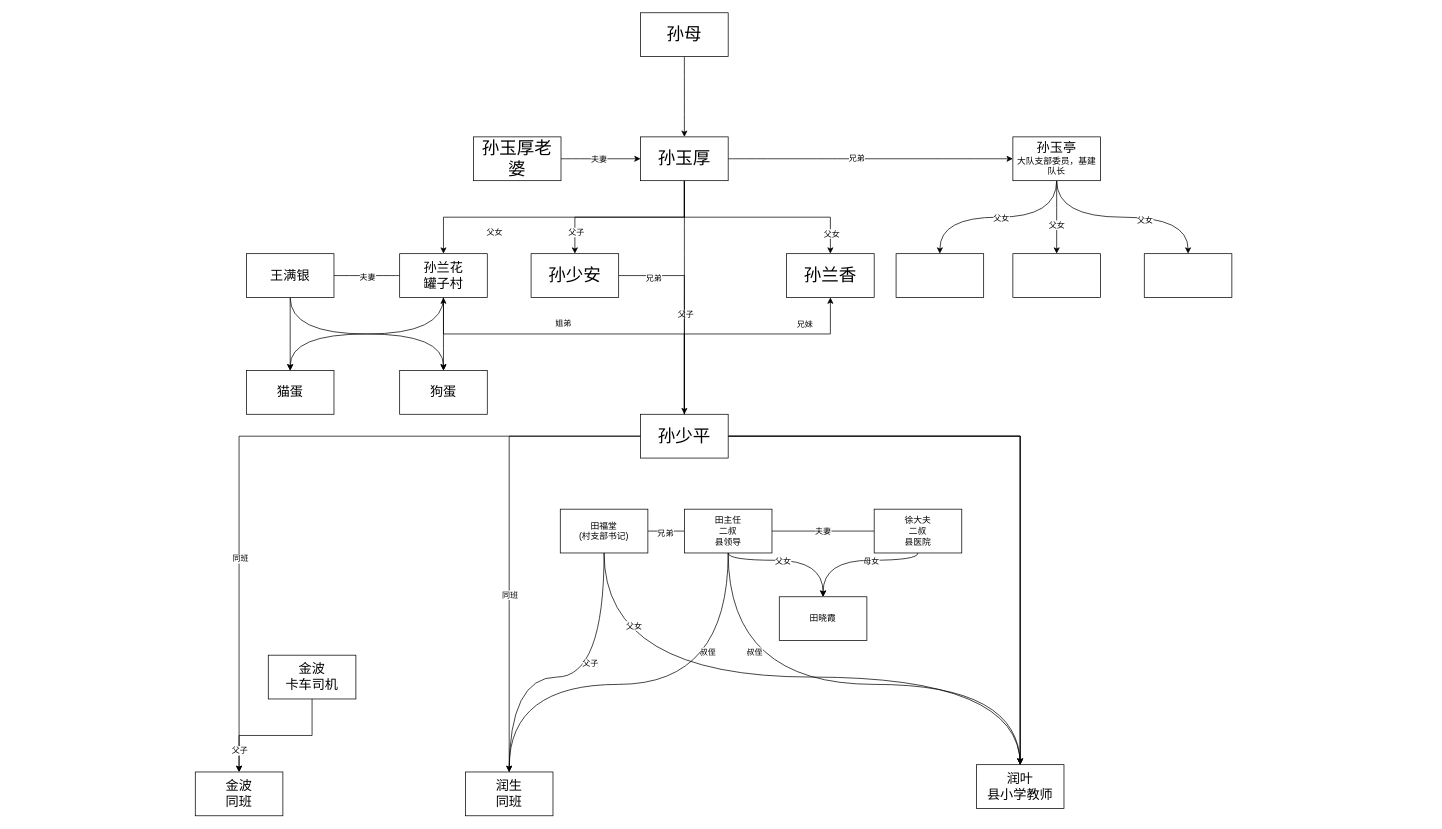
Before: book/平凡的世界.drawio in akon0076/draw-io, a draw.io diagram. Source tidied: cells renumbered, new cells numbered last; positions are measured from the earlier drawing's top-left corner, leaving out a move shared by most shapes. Both pictures are drawn from the tidied source at 73%, with x=0, y=0 at pixel (195, 12).
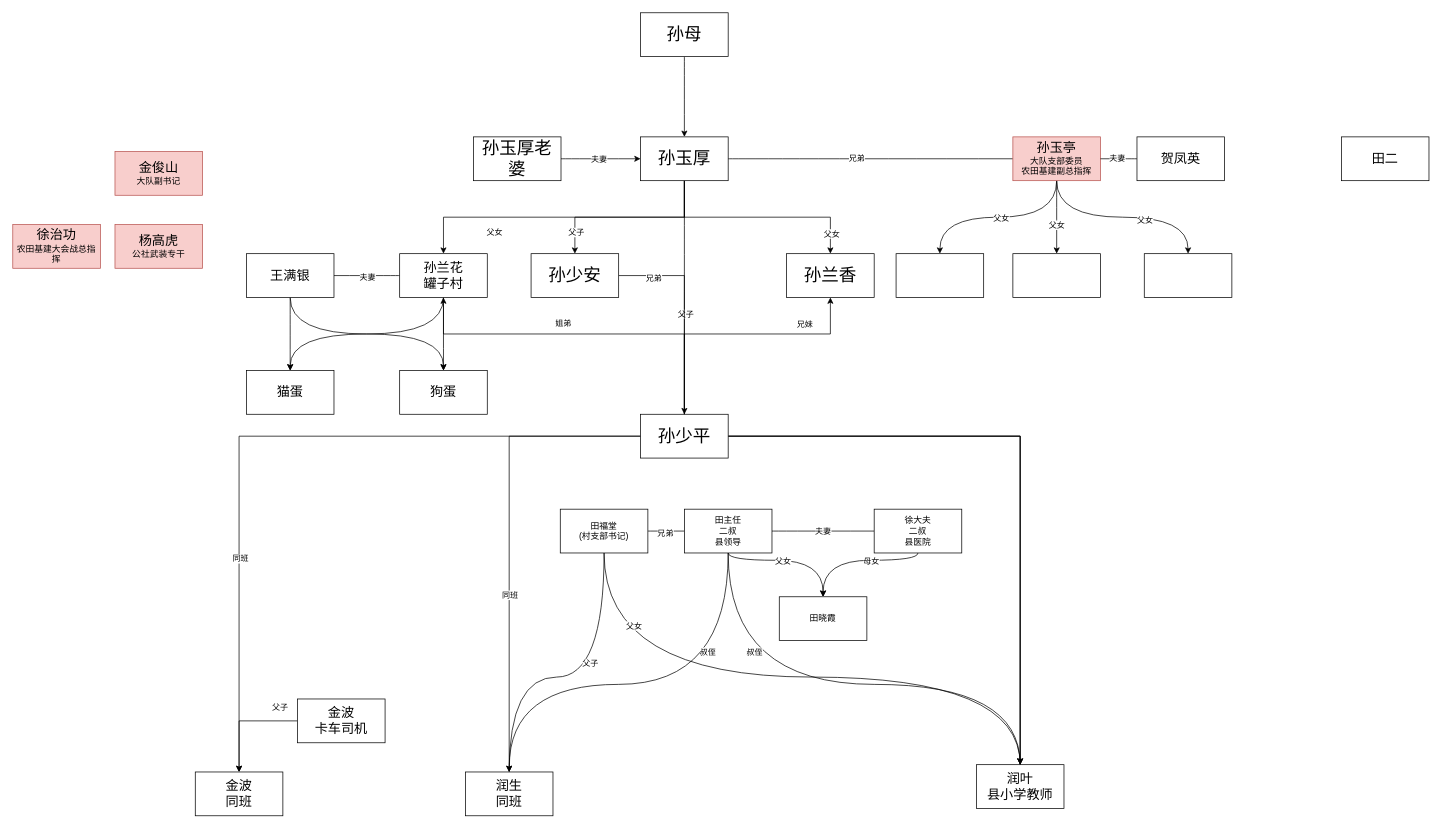
The same diagram, later.

Commit message:
更新平凡的世界.drawio

Unchanged cells that the change refers to:
```xml
<mxCell id="45" value="&lt;font style=&quot;font-size: 24px;&quot;&gt;孙玉厚&lt;/font&gt;" style="rounded=0;whiteSpace=wrap;html=1;" parent="1" vertex="1">
  <mxGeometry x="610" y="170" width="120" height="60" as="geometry" />
</mxCell>
<mxCell id="47" style="edgeStyle=orthogonalEdgeStyle;rounded=0;jettySize=auto;html=1;" parent="1" edge="1" source="49" target="46">
  <mxGeometry relative="1" as="geometry" />
</mxCell>
```

The edit, as a diff of the source:
```diff
@@
-    <mxCell id="41" style="edgeStyle=orthogonalEdgeStyle;curved=1;rounded=0;jettySize=auto;html=1;" parent="1" edge="1" source="45" target="65">
+    <mxCell id="41" style="edgeStyle=orthogonalEdgeStyle;curved=1;rounded=0;jettySize=auto;html=1;endArrow=none;endFill=0;" parent="1" edge="1" source="45" target="65">
       <mxGeometry relative="1" as="geometry" />
     </mxCell>
@@
     <mxCell id="48" value="父子" style="edgeLabel;html=1;align=center;verticalAlign=middle;" parent="47" vertex="1">
       <mxGeometry x="0.02" y="-1" relative="1" as="geometry">
-        <mxPoint x="-48" y="21" as="offset" />
+        <mxPoint x="52" y="-19" as="offset" />
       </mxGeometry>
     </mxCell>
     <mxCell id="49" value="&lt;font style=&quot;&quot;&gt;&lt;font style=&quot;font-size: 18px;&quot;&gt;金波&lt;/font&gt;&lt;br&gt;&lt;span style=&quot;font-size: 18px;&quot;&gt;卡车司机&lt;/span&gt;&lt;br&gt;&lt;/font&gt;" style="whiteSpace=wrap;html=1;rounded=0;" parent="1" vertex="1">
-      <mxGeometry x="100" y="880" width="120" height="60" as="geometry" />
+      <mxGeometry x="140" y="940" width="120" height="60" as="geometry" />
     </mxCell>
@@
-    <mxCell id="65" value="&lt;font style=&quot;font-size: 18px;&quot;&gt;孙玉亭&lt;/font&gt;&lt;br&gt;大队支部委员，基建队长" style="rounded=0;whiteSpace=wrap;html=1;" parent="1" vertex="1">
+    <mxCell id="65" value="&lt;font style=&quot;font-size: 18px;&quot;&gt;孙玉亭&lt;/font&gt;&lt;br&gt;大队支部委员&lt;br&gt;农田基建副总指挥" style="rounded=0;whiteSpace=wrap;html=1;fillColor=#f8cecc;strokeColor=#b85450;" parent="1" vertex="1">
       <mxGeometry x="1120" y="170" width="120" height="60" as="geometry" />
     </mxCell>
@@
+    <mxCell id="79" value="&lt;font style=&quot;&quot;&gt;&lt;span style=&quot;font-size: 18px;&quot;&gt;金俊山&lt;br&gt;&lt;/span&gt;大队副书记&lt;br&gt;&lt;/font&gt;" style="whiteSpace=wrap;html=1;rounded=0;fillColor=#f8cecc;strokeColor=#b85450;" parent="1" vertex="1">
+      <mxGeometry x="-110" y="190" width="120" height="60" as="geometry" />
+    </mxCell>
+    <mxCell id="80" value="&lt;font style=&quot;&quot;&gt;&lt;font style=&quot;font-size: 18px;&quot;&gt;杨高虎&lt;/font&gt;&lt;br&gt;公社武装专干&lt;br&gt;&lt;/font&gt;" style="whiteSpace=wrap;html=1;rounded=0;fillColor=#f8cecc;strokeColor=#b85450;" parent="1" vertex="1">
+      <mxGeometry x="-110" y="290" width="120" height="60" as="geometry" />
+    </mxCell>
+    <mxCell id="81" style="edgeStyle=orthogonalEdgeStyle;curved=1;rounded=0;jettySize=auto;html=1;endArrow=none;endFill=0;" parent="1" edge="1" source="83" target="65">
+      <mxGeometry relative="1" as="geometry" />
+    </mxCell>
+    <mxCell id="82" value="夫妻" style="edgeLabel;html=1;align=center;verticalAlign=middle;" parent="81" vertex="1">
+      <mxGeometry x="0.12" y="-1" relative="1" as="geometry" />
+    </mxCell>
+    <mxCell id="83" value="&lt;span style=&quot;font-size: 18px;&quot;&gt;贺凤英&lt;/span&gt;" style="rounded=0;whiteSpace=wrap;html=1;" parent="1" vertex="1">
+      <mxGeometry x="1290" y="170" width="120" height="60" as="geometry" />
+    </mxCell>
+    <mxCell id="84" value="&lt;font style=&quot;&quot;&gt;&lt;span style=&quot;font-size: 18px;&quot;&gt;徐治功&lt;/span&gt;&lt;br&gt;农田基建大会战总指挥&lt;br&gt;&lt;/font&gt;" style="whiteSpace=wrap;html=1;rounded=0;fillColor=#f8cecc;strokeColor=#b85450;" parent="1" vertex="1">
+      <mxGeometry x="-250" y="290" width="120" height="60" as="geometry" />
+    </mxCell>
+    <mxCell id="85" value="&lt;span style=&quot;font-size: 18px;&quot;&gt;田二&lt;/span&gt;" style="rounded=0;whiteSpace=wrap;html=1;" parent="1" vertex="1">
+      <mxGeometry x="1570" y="170" width="120" height="60" as="geometry" />
+    </mxCell>
```
